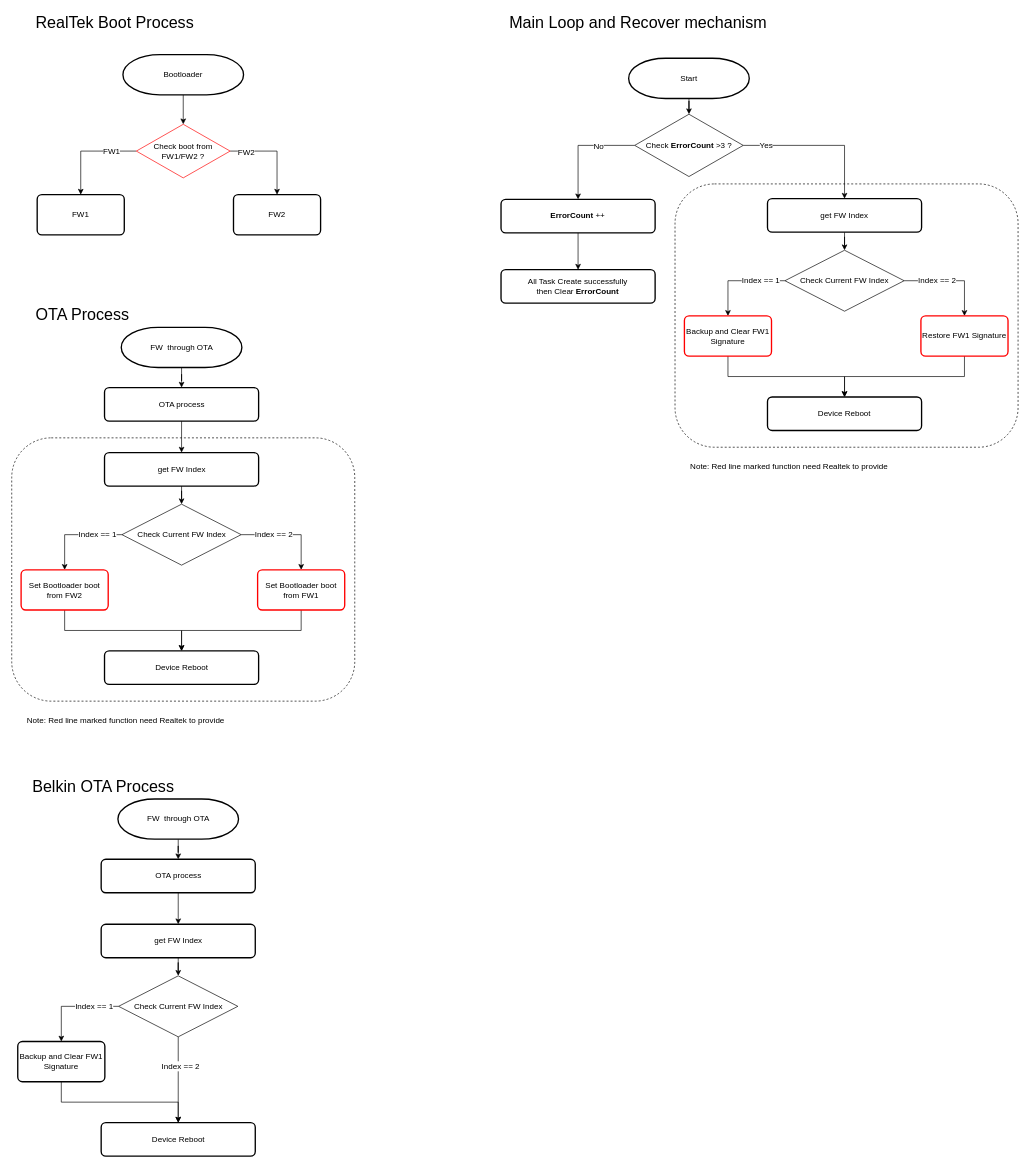
Before: AutoRecovery.drawio in starbuckslatte/starbuckslatte.github.io, a draw.io diagram. Source tidied: cells renumbered, new cells numbered last; positions are measured from the earlier drawing's top-left corner, leaving out a move shared by most shapes. Both pictures are drawn from the tidied source at 67%, with x=0, y=0 at pixel (11, 11).
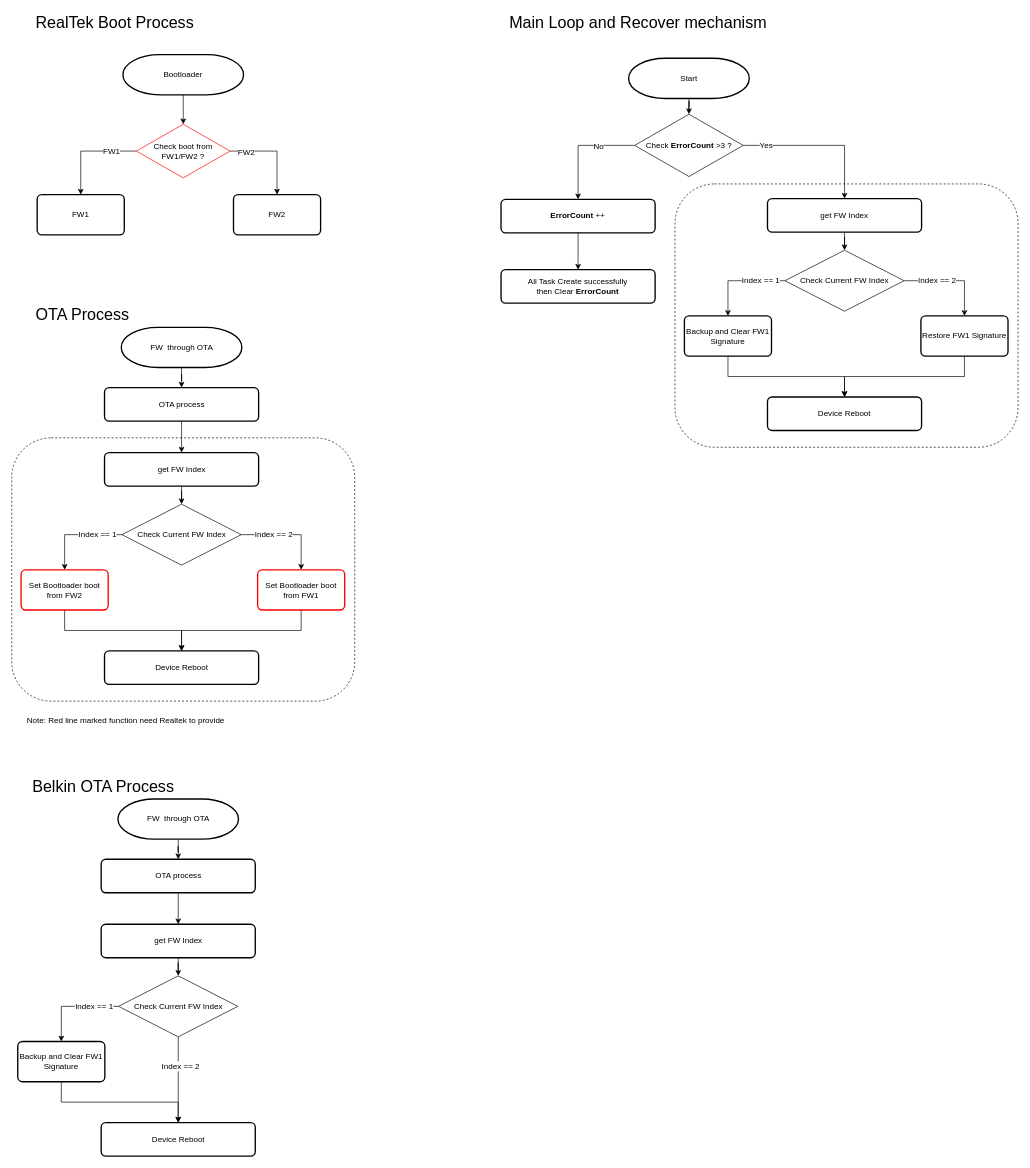
After the change.

The edit, as a diff of the source:
```diff
@@
-    <mxCell id="35" value="Restore FW1 Signature" style="rounded=1;whiteSpace=wrap;html=1;absoluteArcSize=1;arcSize=14;strokeWidth=2;strokeColor=#FF0000;" parent="1" vertex="1">
+    <mxCell id="35" value="Restore FW1 Signature" style="rounded=1;whiteSpace=wrap;html=1;absoluteArcSize=1;arcSize=14;strokeWidth=2;strokeColor=#000000;" parent="1" vertex="1">
       <mxGeometry x="1357" y="454" width="130" height="60" as="geometry" />
     </mxCell>
@@
-    <mxCell id="37" value="Backup and Clear FW1 Signature" style="rounded=1;whiteSpace=wrap;html=1;absoluteArcSize=1;arcSize=14;strokeWidth=2;strokeColor=#FF0000;" parent="1" vertex="1">
+    <mxCell id="37" value="Backup and Clear FW1 Signature" style="rounded=1;whiteSpace=wrap;html=1;absoluteArcSize=1;arcSize=14;strokeWidth=2;strokeColor=#000000;" parent="1" vertex="1">
       <mxGeometry x="1004" y="454" width="130" height="60" as="geometry" />
     </mxCell>
@@
-    <mxCell id="41" value="Note: Red line marked function need Realtek to provide" style="text;html=1;align=left;verticalAlign=top;spacingTop=-4;" parent="1" vertex="1">
-      <mxGeometry x="1011" y="669" width="320" height="20" as="geometry" />
-    </mxCell>
```
